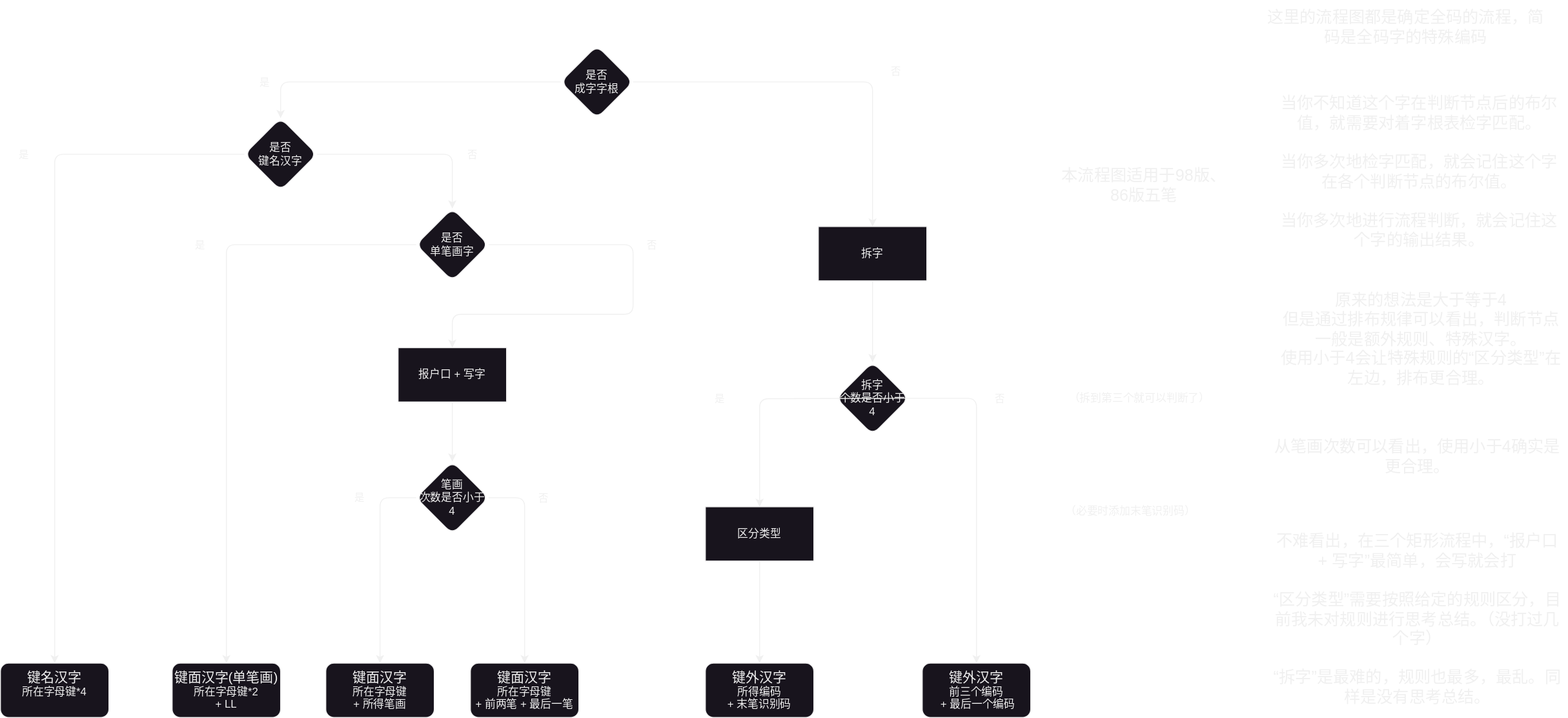
This is 流程图/历史文件/五笔拆字流程图-230803-4.drawio.svg from Byvm815/the-logic-of-wubi, a draw.io export, as it was before one commit. Source tidied: cells renumbered, new cells last; positions are measured from the earlier drawing's top-left corner, leaving out a move shared by most shapes.
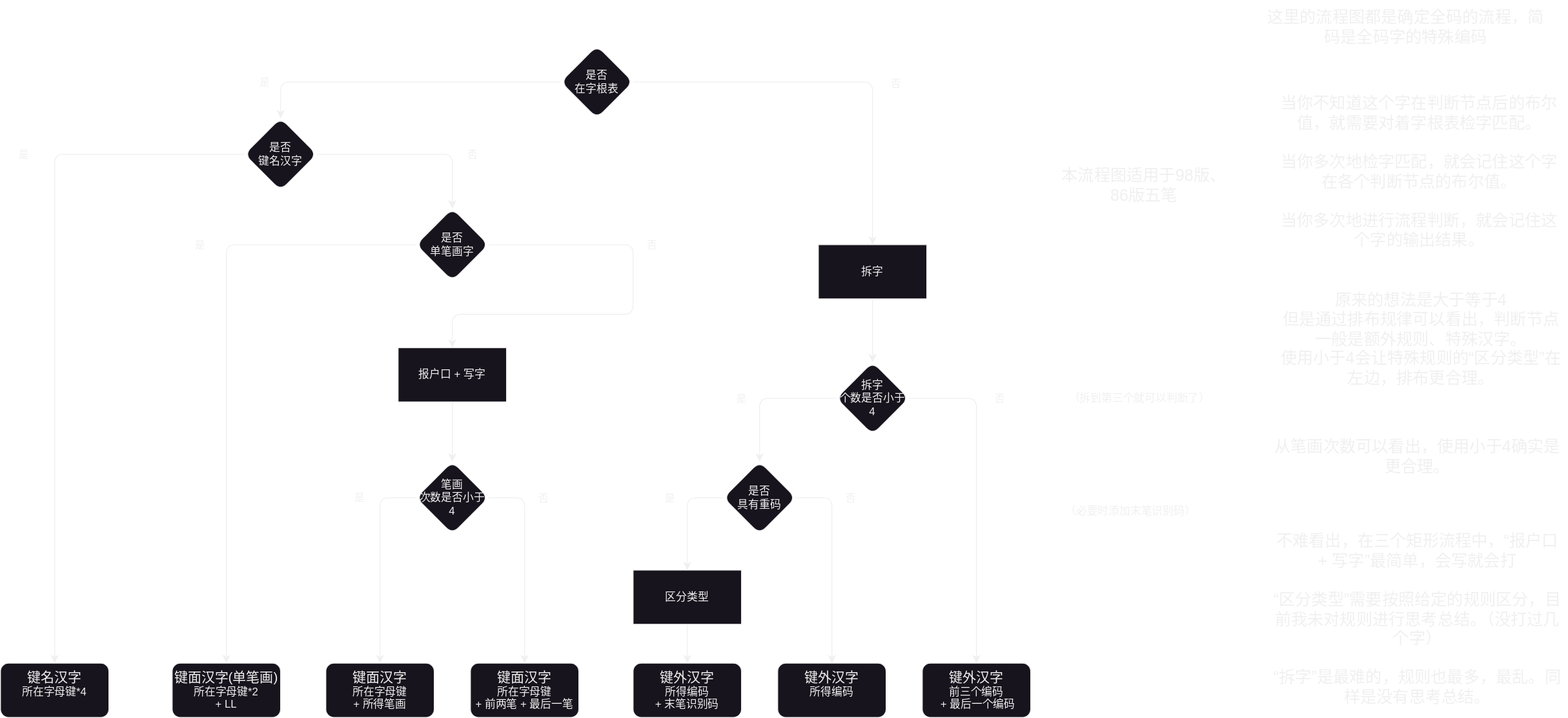
After the change.

Commit message:
还原为与PDF同步的状态

Change to the diagram source:
```diff
@@ -18,7 +18,7 @@
         <mxPoint x="-65" y="-1" as="offset" />
       </mxGeometry>
     </mxCell>
-    <mxCell id="6" value="是否&lt;br&gt;成字字根" style="rhombus;whiteSpace=wrap;html=1;fontSize=12;labelBackgroundColor=none;rounded=1;" parent="1" vertex="1">
+    <mxCell id="6" value="是否&lt;br&gt;在字根表" style="rhombus;whiteSpace=wrap;html=1;fontSize=12;labelBackgroundColor=none;rounded=1;" parent="1" vertex="1">
       <mxGeometry x="620" y="50" width="80" height="80" as="geometry" />
     </mxCell>
     <mxCell id="7" value="&lt;font style=&quot;font-size: 15px;&quot;&gt;键名汉字&lt;/font&gt;&lt;br style=&quot;font-size: 12px;&quot;&gt;所在字母键*4" style="rounded=1;whiteSpace=wrap;html=1;fontSize=12;labelBackgroundColor=none;verticalAlign=top;" parent="1" vertex="1">
@@ -28,7 +28,7 @@
       <mxGeometry relative="1" as="geometry" />
     </mxCell>
     <mxCell id="9" value="拆字" style="whiteSpace=wrap;html=1;fontSize=12;labelBackgroundColor=none;rounded=1;arcSize=0;" parent="1" vertex="1">
-      <mxGeometry x="905" y="250" width="120" height="60" as="geometry" />
+      <mxGeometry x="905" y="270" width="120" height="60" as="geometry" />
     </mxCell>
     <mxCell id="10" style="edgeStyle=orthogonalEdgeStyle;rounded=1;jettySize=auto;html=1;labelBackgroundColor=none;fontColor=default;" parent="1" edge="1" source="12" target="20">
       <mxGeometry relative="1" as="geometry" />
@@ -45,7 +45,7 @@
       <mxGeometry relative="1" as="geometry" />
     </mxCell>
     <mxCell id="14" value="区分类型" style="rounded=1;whiteSpace=wrap;html=1;fontSize=12;arcSize=0;labelBackgroundColor=none;" parent="1" vertex="1">
-      <mxGeometry x="780" y="560" width="120" height="60" as="geometry" />
+      <mxGeometry x="700" y="630" width="120" height="60" as="geometry" />
     </mxCell>
     <mxCell id="15" value="&lt;font style=&quot;font-size: 18px;&quot;&gt;当你不知道这个字在判断节点后的布尔值，就需要对着字根表检字匹配。&lt;br&gt;&lt;br&gt;当你多次地检字匹配，就会记住这个字在各个判断节点的布尔值。&lt;br&gt;&lt;br&gt;当你多次地进行流程判断，就会记住这个字的输出结果。&lt;br&gt;&lt;/font&gt;" style="text;html=1;strokeColor=none;fillColor=none;align=center;verticalAlign=middle;whiteSpace=wrap;rounded=1;labelBackgroundColor=none;" parent="1" vertex="1">
       <mxGeometry x="1410" y="130" width="320" height="120" as="geometry" />
@@ -72,7 +72,7 @@
       <mxGeometry x="1020" y="733" width="120" height="60" as="geometry" />
     </mxCell>
     <mxCell id="21" value="&lt;font style=&quot;font-size: 15px;&quot;&gt;键外汉字&lt;/font&gt;&lt;br&gt;所得编码 &lt;br&gt;+ 末笔识别码" style="rounded=1;whiteSpace=wrap;html=1;fontSize=12;labelBackgroundColor=none;verticalAlign=top;" parent="1" vertex="1">
-      <mxGeometry x="780" y="733" width="120" height="60" as="geometry" />
+      <mxGeometry x="700" y="733" width="120" height="60" as="geometry" />
     </mxCell>
     <mxCell id="22" value="&lt;font style=&quot;font-size: 15px;&quot;&gt;键面汉字&lt;/font&gt;&lt;br&gt;所在字母键 &lt;br&gt;+ 所得笔画" style="rounded=1;whiteSpace=wrap;html=1;fontSize=12;labelBackgroundColor=none;verticalAlign=top;" parent="1" vertex="1">
       <mxGeometry x="360" y="733" width="120" height="60" as="geometry" />
@@ -137,16 +137,44 @@
         <mxPoint x="-149" y="-3" as="offset" />
       </mxGeometry>
     </mxCell>
-    <mxCell id="37" style="edgeStyle=orthogonalEdgeStyle;rounded=1;jettySize=auto;html=1;entryX=0.5;entryY=0;entryDx=0;entryDy=0;labelBackgroundColor=none;fontColor=default;strokeWidth=1;" parent="1" edge="1" target="14">
-      <mxGeometry relative="1" as="geometry">
-        <mxPoint x="1005" y="440" as="sourcePoint" />
-      </mxGeometry>
+    <mxCell id="37" style="edgeStyle=orthogonalEdgeStyle;rounded=1;jettySize=auto;html=1;entryX=0.5;entryY=0;entryDx=0;entryDy=0;labelBackgroundColor=none;fontColor=default;strokeWidth=1;" parent="1" edge="1" source="12" target="51">
+      <mxGeometry relative="1" as="geometry" />
     </mxCell>
     <mxCell id="38" value="是" style="edgeLabel;html=1;align=center;verticalAlign=middle;labelBackgroundColor=none;rounded=1;" parent="37" vertex="1">
       <mxGeometry x="-0.04" y="-2" relative="1" as="geometry">
-        <mxPoint x="-73" y="2" as="offset" />
+        <mxPoint x="-32" y="2" as="offset" />
       </mxGeometry>
     </mxCell>
+    <mxCell id="47" style="edgeStyle=orthogonalEdgeStyle;rounded=1;jettySize=auto;html=1;entryX=0.5;entryY=0;entryDx=0;entryDy=0;labelBackgroundColor=none;fontColor=default;strokeWidth=1;" parent="1" edge="1" source="51" target="14">
+      <mxGeometry relative="1" as="geometry">
+        <Array as="points">
+          <mxPoint x="760" y="550" />
+        </Array>
+      </mxGeometry>
+    </mxCell>
+    <mxCell id="48" value="是" style="edgeLabel;html=1;align=center;verticalAlign=middle;labelBackgroundColor=none;rounded=1;" parent="47" vertex="1">
+      <mxGeometry x="0.28" y="-2" relative="1" as="geometry">
+        <mxPoint x="-18" y="-37" as="offset" />
+      </mxGeometry>
+    </mxCell>
+    <mxCell id="49" style="edgeStyle=orthogonalEdgeStyle;rounded=1;jettySize=auto;html=1;entryX=0.5;entryY=0;entryDx=0;entryDy=0;labelBackgroundColor=none;fontColor=default;" parent="1" edge="1" source="51" target="52">
+      <mxGeometry relative="1" as="geometry">
+        <Array as="points">
+          <mxPoint x="920" y="550" />
+        </Array>
+      </mxGeometry>
+    </mxCell>
+    <mxCell id="50" value="否" style="edgeLabel;html=1;align=center;verticalAlign=middle;labelBackgroundColor=none;rounded=1;" parent="49" vertex="1">
+      <mxGeometry x="-0.6" relative="1" as="geometry">
+        <mxPoint x="20" y="-5" as="offset" />
+      </mxGeometry>
+    </mxCell>
+    <mxCell id="51" value="是否&lt;br&gt;具有重码" style="rhombus;html=1;fontSize=12;labelBackgroundColor=none;whiteSpace=wrap;rounded=1;" parent="1" vertex="1">
+      <mxGeometry x="800" y="510" width="80" height="80" as="geometry" />
+    </mxCell>
+    <mxCell id="52" value="&lt;font style=&quot;font-size: 15px;&quot;&gt;键外汉字&lt;/font&gt;&lt;br&gt;所得编码" style="rounded=1;whiteSpace=wrap;html=1;fontSize=12;labelBackgroundColor=none;verticalAlign=top;" parent="1" vertex="1">
+      <mxGeometry x="860" y="733" width="120" height="60" as="geometry" />
+    </mxCell>
     <mxCell id="39" style="edgeStyle=orthogonalEdgeStyle;rounded=1;jettySize=auto;html=1;entryX=0.5;entryY=0;entryDx=0;entryDy=0;labelBackgroundColor=none;fontColor=default;" parent="1" edge="1" source="18" target="43">
       <mxGeometry relative="1" as="geometry" />
     </mxCell>
```
